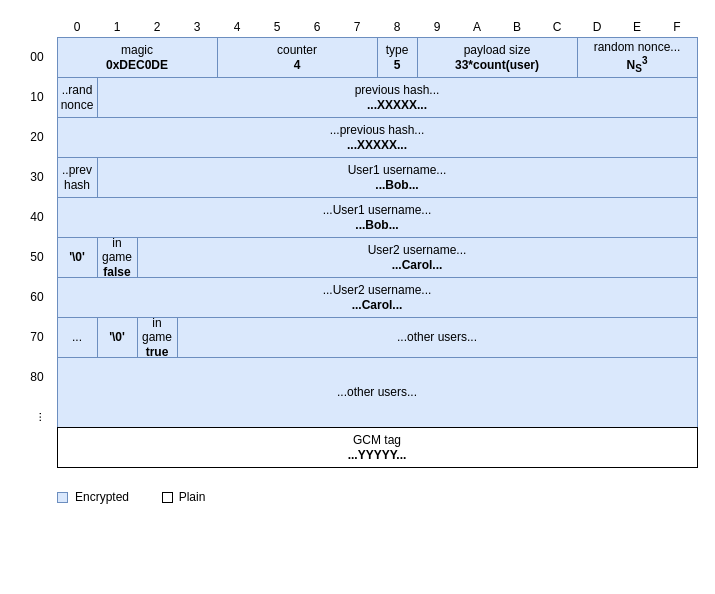
Earlier version of the draw.io diagram page "PLAYER_LIST" (7 of 12) of diagrams/messages.drawio (SpeedJack/foc-fiar). Source tidied: cells renumbered, new cells numbered last; positions are measured from the earlier drawing's top-left corner, leaving out a move shared by most shapes. Both pictures are drawn from the tidied source at 100%, with x=0, y=0 at pixel (17, 17).
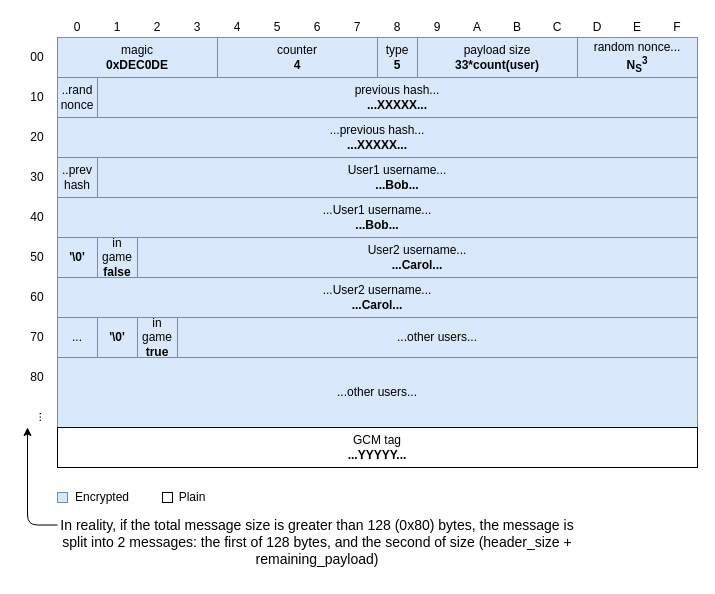
After the change.

Commit message:
Add explaination of msg size for PLAYER_LIST

The change refers to these unchanged cells:
```xml
<mxCell id="49" value="..." style="text;html=1;strokeColor=none;fillColor=none;align=center;verticalAlign=middle;whiteSpace=wrap;rounded=0;horizontal=0;" parent="1" vertex="1">
  <mxGeometry y="390" width="40" height="20" as="geometry" />
</mxCell>
```

What changed in the source:
```diff
@@
+    <mxCell id="53" value="In reality, if the total message size is greater than 128 (0x80) bytes, the message is split into 2 messages: the first of 128 bytes, and the second of size (header_size + remaining_payload) " style="text;html=1;strokeColor=none;fillColor=none;align=center;verticalAlign=middle;whiteSpace=wrap;rounded=0;fontSize=14;" parent="1" vertex="1">
+      <mxGeometry x="40" y="490" width="520" height="70" as="geometry" />
+    </mxCell>
+    <mxCell id="54" style="edgeStyle=segmentEdgeStyle;endArrow=classic;html=1;fontSize=14;entryX=0.25;entryY=1;entryDx=0;entryDy=0;exitX=0;exitY=0.25;exitDx=0;exitDy=0;" parent="1" edge="1" source="53" target="49">
+      <mxGeometry relative="1" as="geometry" />
+    </mxCell>
```
